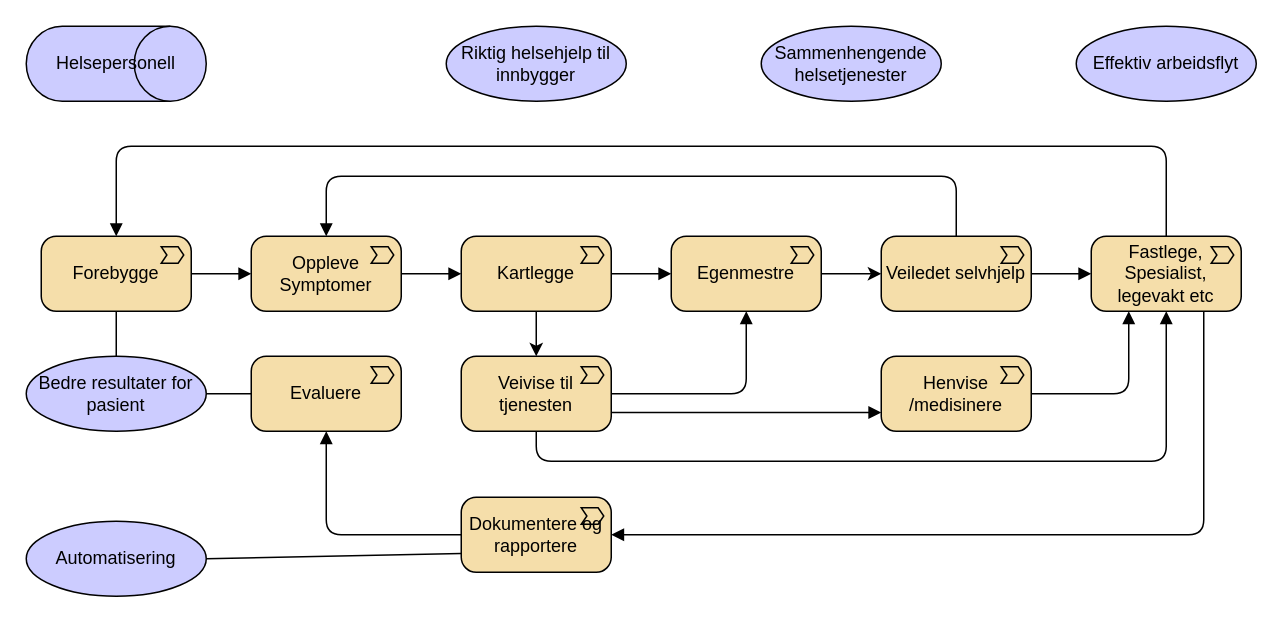
hdir/Digital-Forstelinje keeps this draw.io diagram as page "verdikjede-helsepersonell" (6 of 6) of docs/strategi/value-chain.drawio. Above is the earlier version. Source tidied: cells renumbered, new cells numbered last; positions are measured from the earlier drawing's top-left corner, leaving out a move shared by most shapes. Both pictures are drawn from the tidied source at 150%, with x=0, y=0 at pixel (26, 26).
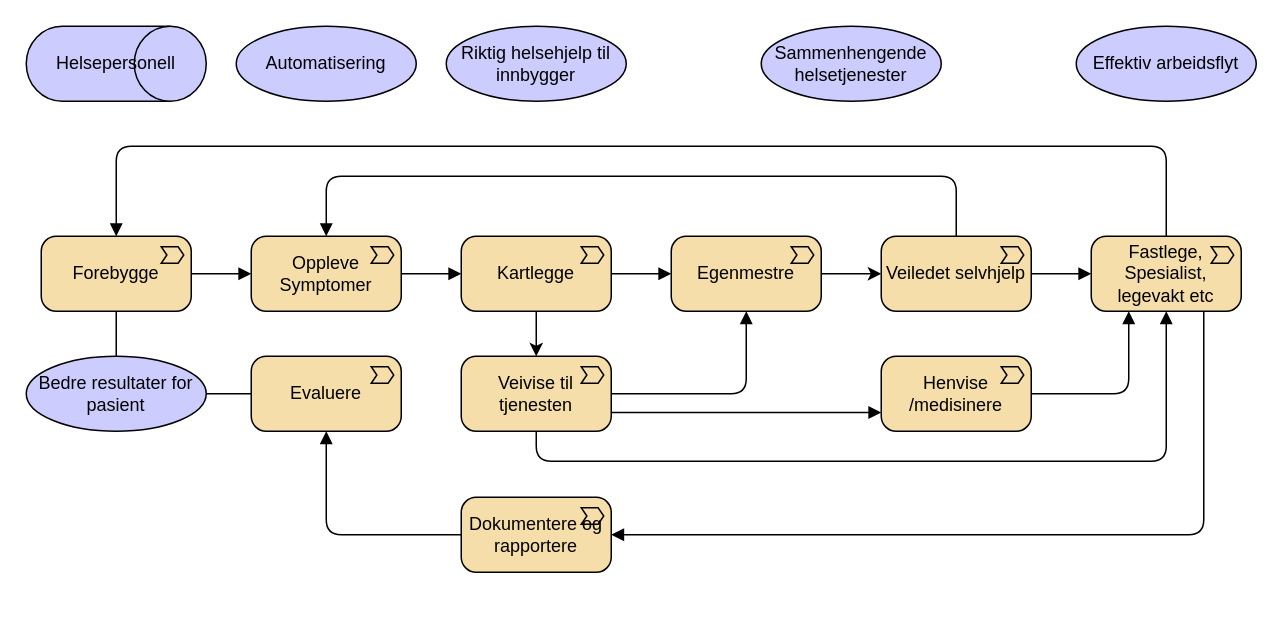
After the change.

The change refers to these unchanged cells:
```xml
<mxCell id="31" value="Dokumentere og rapportere" style="html=1;outlineConnect=0;whiteSpace=wrap;fillColor=#F5DEAA;shape=mxgraph.archimate3.application;appType=valueStream;archiType=rounded;" parent="1" vertex="1">
  <mxGeometry x="290" y="314" width="100" height="50" as="geometry" />
</mxCell>
```

What changed in the source:
```diff
@@
     <mxCell id="29" value="Automatisering" style="shape=ellipse;html=1;whiteSpace=wrap;fillColor=#CCCCFF;" parent="1" vertex="1">
-      <mxGeometry y="330" width="120" height="50" as="geometry" />
+      <mxGeometry x="140" width="120" height="50" as="geometry" />
     </mxCell>
@@
-    <mxCell id="34" style="html=1;endArrow=none;elbow=vertical;exitX=1;exitY=0.5;exitDx=0;exitDy=0;entryX=0;entryY=0.75;entryDx=0;entryDy=0;entryPerimeter=0;" parent="1" edge="1" source="29" target="31">
-      <mxGeometry relative="1" as="geometry" />
-    </mxCell>
```
